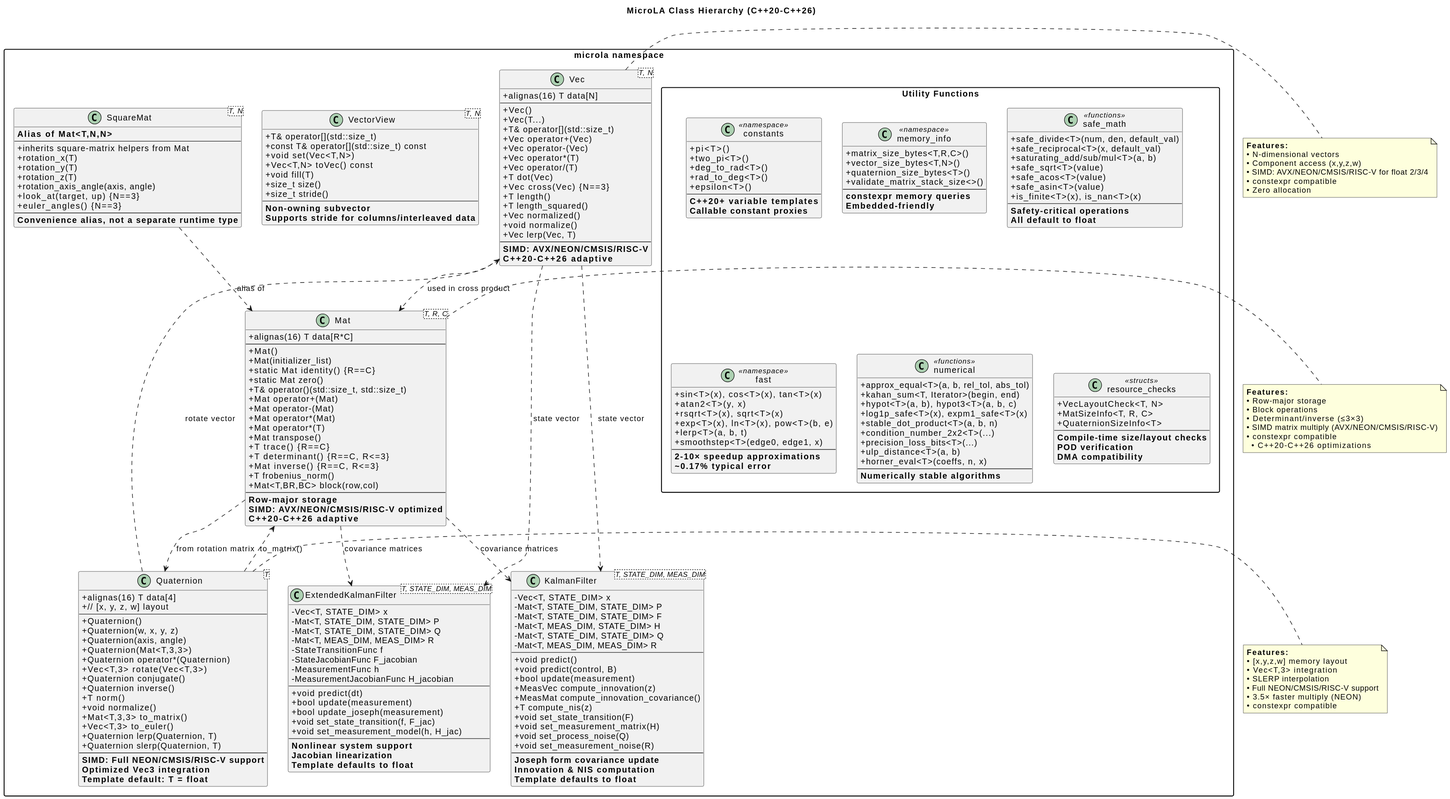
Earlier version of the PlantUML export design/class_hierarchy.svg (jwbmwv/microLA).
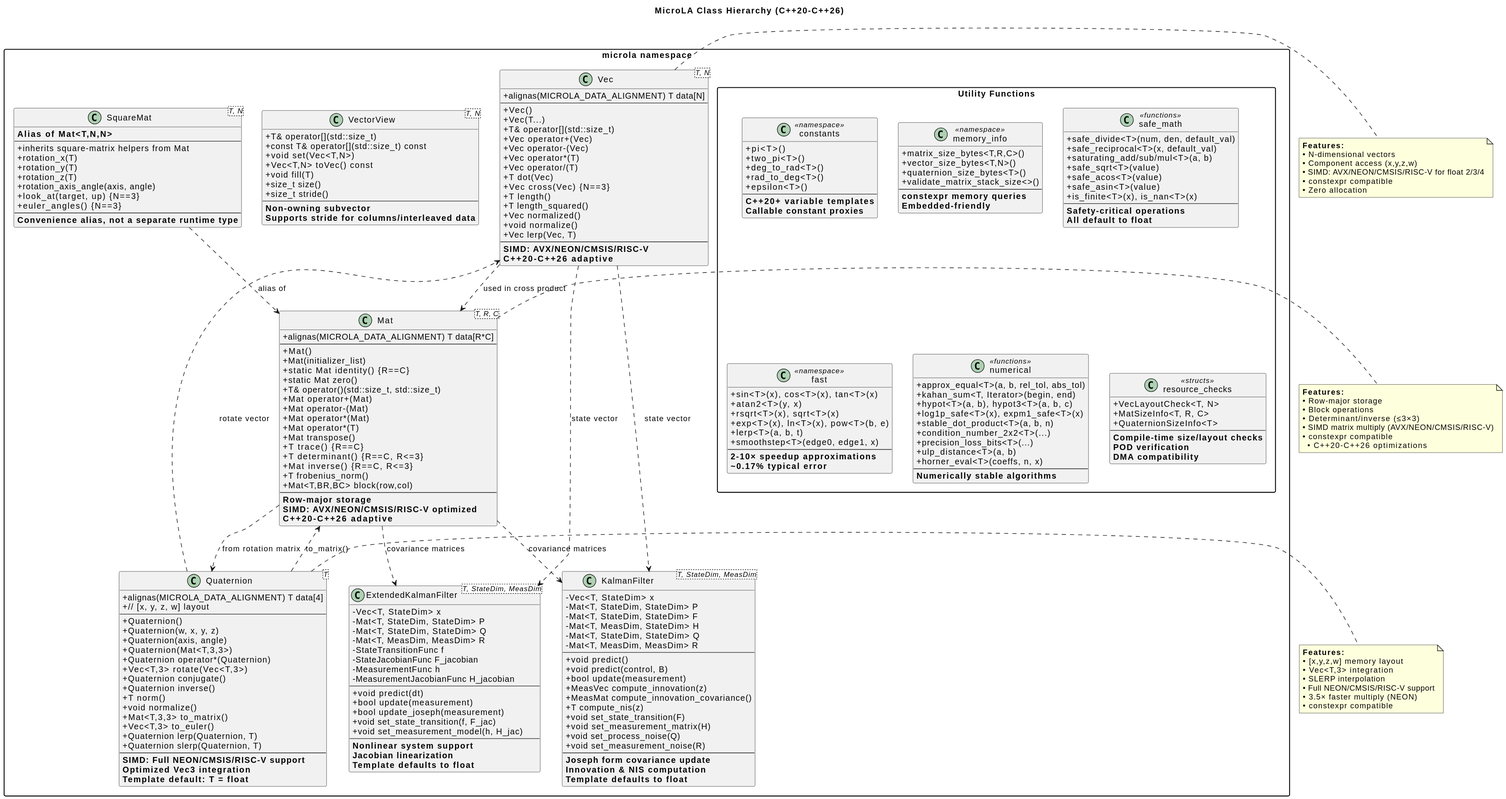
The same diagram one commit later.

Diff of the diagram source:
```diff
@@ -7,7 +7,7 @@
 package "microla namespace" {
 
     class "Vec<T, N>" as Vec {
-        + alignas(16) T data[N]
+        + alignas(MICROLA_DATA_ALIGNMENT) T data[N]
         --
         + Vec()
         + Vec(T...)
@@ -29,7 +29,7 @@
     }
 
     class "Mat<T, R, C>" as Mat {
-        + alignas(16) T data[R*C]
+        + alignas(MICROLA_DATA_ALIGNMENT) T data[R*C]
         --
         + Mat()
         + Mat(initializer_list)
@@ -80,7 +80,7 @@
     }
 
     class "Quaternion<T>" as Quat {
-        + alignas(16) T data[4]
+        + alignas(MICROLA_DATA_ALIGNMENT) T data[4]
         + // [x, y, z, w] layout
         --
         + Quaternion()
@@ -103,13 +103,13 @@
         **Template default: T = float**
     }
 
-    class "KalmanFilter<T, STATE_DIM, MEAS_DIM>" as KF {
-        - Vec<T, STATE_DIM> x
-        - Mat<T, STATE_DIM, STATE_DIM> P
-        - Mat<T, STATE_DIM, STATE_DIM> F
-        - Mat<T, MEAS_DIM, STATE_DIM> H
-        - Mat<T, STATE_DIM, STATE_DIM> Q
-        - Mat<T, MEAS_DIM, MEAS_DIM> R
+    class "KalmanFilter<T, StateDim, MeasDim>" as KF {
+        - Vec<T, StateDim> x
+        - Mat<T, StateDim, StateDim> P
+        - Mat<T, StateDim, StateDim> F
+        - Mat<T, MeasDim, StateDim> H
+        - Mat<T, StateDim, StateDim> Q
+        - Mat<T, MeasDim, MeasDim> R
         --
         + void predict()
         + void predict(control, B)
@@ -127,11 +127,11 @@
         **Template defaults to float**
     }
 
-    class "ExtendedKalmanFilter<T, STATE_DIM, MEAS_DIM>" as EKF {
-        - Vec<T, STATE_DIM> x
-        - Mat<T, STATE_DIM, STATE_DIM> P
-        - Mat<T, STATE_DIM, STATE_DIM> Q
-        - Mat<T, MEAS_DIM, MEAS_DIM> R
+    class "ExtendedKalmanFilter<T, StateDim, MeasDim>" as EKF {
+        - Vec<T, StateDim> x
+        - Mat<T, StateDim, StateDim> P
+        - Mat<T, StateDim, StateDim> Q
+        - Mat<T, MeasDim, MeasDim> R
         - StateTransitionFunc f
         - StateJacobianFunc F_jacobian
         - MeasurementFunc h
```
